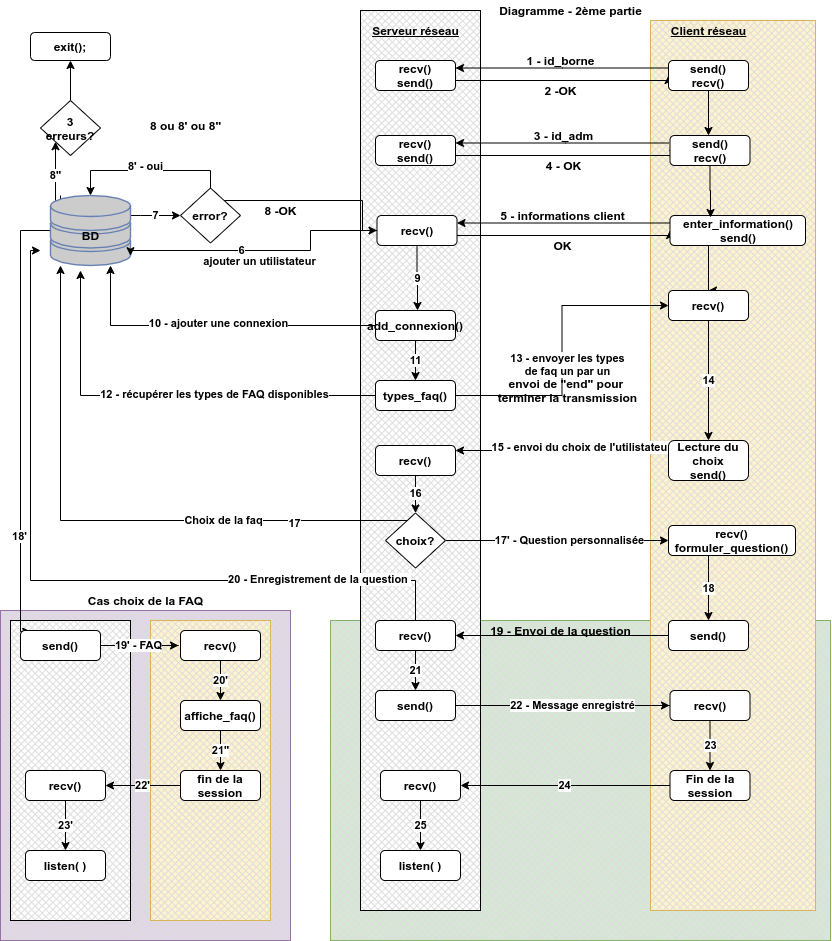
Earlier version of the draw.io export Schemas/diagramme2.png (RacimRgh/Students_Orientation-Cergy). Source tidied: cells renumbered, new cells last; positions are measured from the earlier drawing's top-left corner, leaving out a move shared by most shapes.
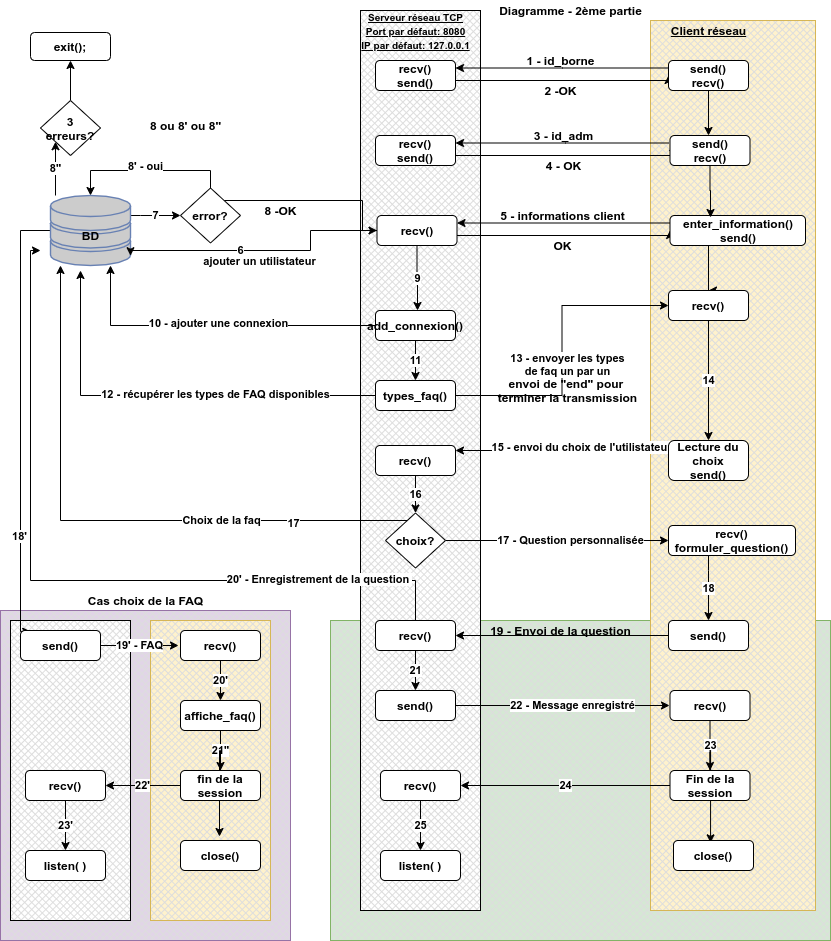
Above is the later version.

What changed in the source:
```diff
@@ -115,8 +115,8 @@
     <mxCell id="28" value="send()&lt;br&gt;recv()" style="rounded=1;whiteSpace=wrap;html=1;fontStyle=1;fontSize=12;" parent="1" vertex="1">
       <mxGeometry x="668" y="60" width="80" height="30" as="geometry" />
     </mxCell>
-    <mxCell id="29" value="&lt;span style=&quot;font-size: 12px;&quot;&gt;&lt;u style=&quot;font-size: 12px;&quot;&gt;Serveur réseau&lt;/u&gt;&lt;/span&gt;" style="text;html=1;align=center;verticalAlign=middle;fontSize=12;fontStyle=1;" parent="1" vertex="1">
-      <mxGeometry x="365" y="20" width="100" height="20" as="geometry" />
+    <mxCell id="29" value="&lt;span style=&quot;font-size: 12px&quot;&gt;&lt;u style=&quot;font-size: 10px&quot;&gt;Serveur réseau TCP&lt;br&gt;Port par défaut: 8080&lt;br&gt;IP par défaut: 127.0.0.1&lt;br&gt;&lt;/u&gt;&lt;/span&gt;" style="text;html=1;align=center;verticalAlign=middle;fontSize=12;fontStyle=1;" parent="1" vertex="1">
+      <mxGeometry x="355" y="5" width="120" height="50" as="geometry" />
     </mxCell>
     <mxCell id="30" value="&lt;span style=&quot;font-size: 12px;&quot;&gt;&lt;u style=&quot;font-size: 12px;&quot;&gt;Client réseau&lt;/u&gt;&lt;/span&gt;" style="text;html=1;align=center;verticalAlign=middle;fontSize=12;fontStyle=1;" parent="1" vertex="1">
       <mxGeometry x="663" y="20" width="90" height="20" as="geometry" />
@@ -291,7 +291,7 @@
     <mxCell id="69" style="edgeStyle=orthogonalEdgeStyle;rounded=0;jettySize=auto;html=1;entryX=0;entryY=0.5;entryDx=0;entryDy=0;fontStyle=1;" parent="1" edge="1" source="71" target="73">
       <mxGeometry relative="1" as="geometry" />
     </mxCell>
-    <mxCell id="70" value="17' - Question personnalisée" style="edgeLabel;html=1;align=center;verticalAlign=middle;fontStyle=1;" parent="69" vertex="1">
+    <mxCell id="70" value="17 - Question personnalisée" style="edgeLabel;html=1;align=center;verticalAlign=middle;fontStyle=1;" parent="69" vertex="1">
       <mxGeometry x="0.11" y="1" relative="1" as="geometry" />
     </mxCell>
     <mxCell id="71" value="choix?" style="rhombus;whiteSpace=wrap;html=1;fontSize=12;fontStyle=1;" parent="1" vertex="1">
@@ -318,7 +318,7 @@
         </Array>
       </mxGeometry>
     </mxCell>
-    <mxCell id="75" value="&lt;span&gt;20 - Enregistrement de la question&amp;nbsp;&lt;/span&gt;" style="edgeLabel;html=1;align=center;verticalAlign=middle;fontStyle=1;" parent="74" vertex="1">
+    <mxCell id="75" value="&lt;span&gt;20' - Enregistrement de la question&amp;nbsp;&lt;/span&gt;" style="edgeLabel;html=1;align=center;verticalAlign=middle;fontStyle=1;" parent="74" vertex="1">
       <mxGeometry x="-0.64" y="-2" relative="1" as="geometry" />
     </mxCell>
     <mxCell id="76" value="21" style="edgeStyle=orthogonalEdgeStyle;rounded=0;jettySize=auto;html=1;entryX=0.5;entryY=0;entryDx=0;entryDy=0;fontStyle=1;" parent="1" edge="1" source="77" target="97">
@@ -371,6 +371,9 @@
     <mxCell id="90" value="22'" style="edgeStyle=orthogonalEdgeStyle;rounded=0;jettySize=auto;html=1;entryX=1;entryY=0.5;entryDx=0;entryDy=0;fontStyle=1;" parent="1" edge="1" source="91" target="93">
       <mxGeometry relative="1" as="geometry" />
     </mxCell>
+    <mxCell id="105" style="edgeStyle=orthogonalEdgeStyle;rounded=0;jettySize=auto;html=1;entryX=0.575;entryY=0.72;entryDx=0;entryDy=0;entryPerimeter=0;" parent="1" edge="1" source="91" target="83">
+      <mxGeometry relative="1" as="geometry" />
+    </mxCell>
     <mxCell id="91" value="fin de la session" style="rounded=1;whiteSpace=wrap;html=1;fontStyle=1;fontSize=12;" parent="1" vertex="1">
       <mxGeometry x="180" y="770" width="80" height="30" as="geometry" />
     </mxCell>
@@ -408,6 +411,9 @@
     <mxCell id="100" value="24" style="edgeStyle=orthogonalEdgeStyle;rounded=0;jettySize=auto;html=1;entryX=1;entryY=0.5;entryDx=0;entryDy=0;fontStyle=1;" parent="1" edge="1" source="101" target="103">
       <mxGeometry relative="1" as="geometry" />
     </mxCell>
+    <mxCell id="106" style="edgeStyle=orthogonalEdgeStyle;rounded=0;jettySize=auto;html=1;entryX=0.364;entryY=0.924;entryDx=0;entryDy=0;entryPerimeter=0;" parent="1" edge="1" source="101" target="5">
+      <mxGeometry relative="1" as="geometry" />
+    </mxCell>
     <mxCell id="101" value="Fin de la session" style="rounded=1;whiteSpace=wrap;html=1;fontStyle=1;fontSize=12;" parent="1" vertex="1">
       <mxGeometry x="669.5" y="770" width="80" height="30" as="geometry" />
     </mxCell>
@@ -420,5 +426,11 @@
     <mxCell id="104" value="listen( )" style="rounded=1;whiteSpace=wrap;html=1;fontStyle=1;fontSize=12;" parent="1" vertex="1">
       <mxGeometry x="380" y="850" width="80" height="30" as="geometry" />
     </mxCell>
+    <mxCell id="107" value="close()" style="rounded=1;whiteSpace=wrap;html=1;fontStyle=1;fontSize=12;" parent="1" vertex="1">
+      <mxGeometry x="673" y="840" width="80" height="30" as="geometry" />
+    </mxCell>
+    <mxCell id="108" value="close()" style="rounded=1;whiteSpace=wrap;html=1;fontStyle=1;fontSize=12;" parent="1" vertex="1">
+      <mxGeometry x="180" y="840" width="80" height="30" as="geometry" />
+    </mxCell>
   </root>
 </mxGraphModel>
```
